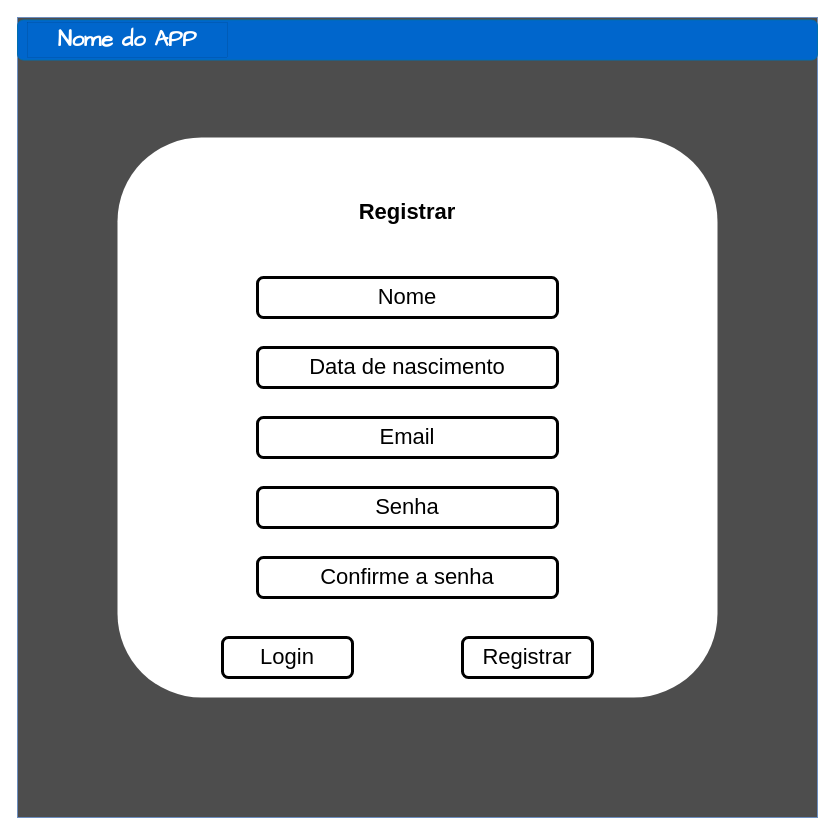
Before: page "registration_page" (2 of 3) of projeto ferias.drawio in richlpn/sistema-gerenciador-insumos, a draw.io diagram. Source tidied: cells renumbered, new cells numbered last; positions are measured from the earlier drawing's top-left corner, leaving out a move shared by most shapes. Both pictures are drawn from the tidied source at 100%, with x=0, y=0 at pixel (17, 17).
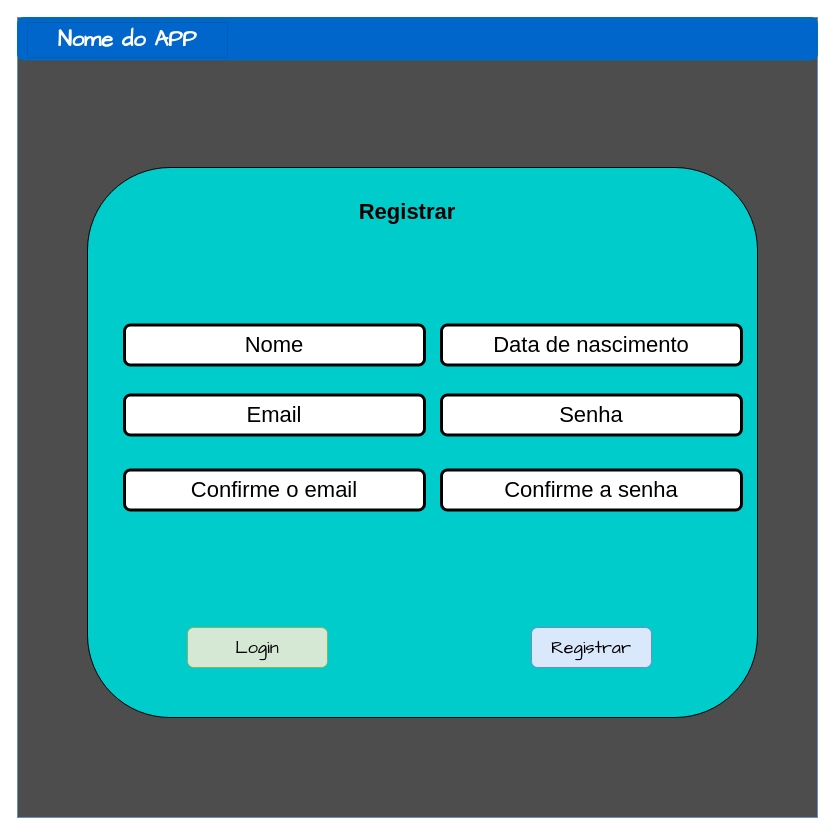
The same diagram, later.

Commit message (it also covers changes not shown here):
atualização cores tela login e registro

Diff of the diagram source:
```diff
@@
 <mxGraphModel>
   <root>
     <mxCell id="0" />
     <mxCell id="1" parent="0" />
+    <mxCell id="4" style="whiteSpace=wrap;html=1;fillColor=#4D4D4D;strokeColor=#6c8ebf;rounded=0;glass=0;gradientColor=none;gradientDirection=west;" parent="1" vertex="1">
+      <mxGeometry width="800" height="800" as="geometry" />
+    </mxCell>
+    <mxCell id="16" style="rounded=1;whiteSpace=wrap;html=1;glass=0;fillColor=#00CCCC;" parent="1" vertex="1">
+      <mxGeometry x="70" y="150" width="670" height="550" as="geometry" />
+    </mxCell>
     <mxCell id="2" style="rounded=1;whiteSpace=wrap;html=1;glass=0;fillColor=#0066CC;strokeColor=#006EAF;fontColor=#ffffff;gradientColor=none;gradientDirection=south;fontSize=22;" parent="1" vertex="1">
       <mxGeometry width="800" height="40" as="geometry" />
     </mxCell>
     <mxCell id="3" value="Nome do APP" style="rounded=0;html=1;labelBackgroundColor=none;labelBorderColor=none;fontFamily=Comic Sans MS;fontSize=22;fillColor=none;fontColor=#FFFFFF;shadow=0;sketch=0;glass=0;whiteSpace=wrap;strokeWidth=0;fontStyle=1;" parent="1" vertex="1">
       <mxGeometry x="10" y="2.5" width="200" height="35" as="geometry" />
     </mxCell>
-    <mxCell id="4" style="whiteSpace=wrap;html=1;fillColor=#4D4D4D;strokeColor=#6c8ebf;rounded=0;glass=0;gradientColor=none;gradientDirection=west;" parent="1" vertex="1">
-      <mxGeometry width="800" height="800" as="geometry" />
-    </mxCell>
-    <mxCell id="5" style="rounded=1;whiteSpace=wrap;html=1;fontSize=22;fontColor=#FFFFFF;fillColor=default;gradientColor=none;strokeColor=none;" parent="1" vertex="1">
-      <mxGeometry x="100" y="120" width="600" height="560" as="geometry" />
-    </mxCell>
+    <mxCell id="14" style="rounded=1;whiteSpace=wrap;html=1;glass=0;fillColor=#0066CC;strokeColor=#006EAF;fontColor=#ffffff;gradientColor=none;gradientDirection=south;labelBorderColor=none;fontSize=22;" parent="1" vertex="1">
+      <mxGeometry y="2.5" width="800" height="40" as="geometry" />
+    </mxCell>
+    <mxCell id="15" value="Nome do APP" style="rounded=0;html=1;labelBackgroundColor=none;labelBorderColor=none;fontFamily=Comic Sans MS;fontSize=22;fillColor=none;fontColor=#FFFFFF;shadow=0;sketch=0;glass=0;whiteSpace=wrap;strokeWidth=0;fontStyle=1;" parent="1" vertex="1">
+      <mxGeometry x="10" y="5" width="200" height="35" as="geometry" />
+    </mxCell>
     <mxCell id="6" value="Registrar" style="text;html=1;strokeColor=none;fillColor=none;align=center;verticalAlign=middle;whiteSpace=wrap;rounded=0;fontSize=22;fontColor=#000000;fontStyle=1;" parent="1" vertex="1">
       <mxGeometry x="335" y="180" width="110" height="30" as="geometry" />
     </mxCell>
     <mxCell id="7" value="Nome" style="rounded=1;whiteSpace=wrap;html=1;fontSize=22;fontColor=#000000;strokeColor=#000000;fillColor=default;gradientColor=none;labelBorderColor=none;strokeWidth=3;" parent="1" vertex="1">
-      <mxGeometry x="240" y="260" width="300" height="40" as="geometry" />
+      <mxGeometry x="107" y="307.5" width="300" height="40" as="geometry" />
     </mxCell>
     <mxCell id="8" value="Data de nascimento" style="rounded=1;whiteSpace=wrap;html=1;fontSize=22;fontColor=#000000;strokeColor=#000000;fillColor=default;gradientColor=none;labelBorderColor=none;strokeWidth=3;" parent="1" vertex="1">
-      <mxGeometry x="240" y="330" width="300" height="40" as="geometry" />
+      <mxGeometry x="424" y="307.5" width="300" height="40" as="geometry" />
     </mxCell>
     <mxCell id="9" value="Senha" style="rounded=1;whiteSpace=wrap;html=1;fontSize=22;fontColor=#000000;strokeColor=#000000;fillColor=default;gradientColor=none;labelBorderColor=none;strokeWidth=3;" parent="1" vertex="1">
-      <mxGeometry x="240" y="470" width="300" height="40" as="geometry" />
+      <mxGeometry x="424" y="377.5" width="300" height="40" as="geometry" />
     </mxCell>
     <mxCell id="10" value="Confirme a senha" style="rounded=1;whiteSpace=wrap;html=1;fontSize=22;fontColor=#000000;strokeColor=#000000;fillColor=default;gradientColor=none;labelBorderColor=none;strokeWidth=3;" parent="1" vertex="1">
-      <mxGeometry x="240" y="540" width="300" height="40" as="geometry" />
+      <mxGeometry x="424" y="452.5" width="300" height="40" as="geometry" />
     </mxCell>
     <mxCell id="11" value="Email" style="rounded=1;whiteSpace=wrap;html=1;fontSize=22;fontColor=#000000;strokeColor=#000000;fillColor=default;gradientColor=none;labelBorderColor=none;strokeWidth=3;" parent="1" vertex="1">
-      <mxGeometry x="240" y="400" width="300" height="40" as="geometry" />
+      <mxGeometry x="107" y="377.5" width="300" height="40" as="geometry" />
     </mxCell>
-    <mxCell id="12" value="&lt;div&gt;Login&lt;/div&gt;" style="rounded=1;whiteSpace=wrap;html=1;labelBorderColor=none;fontSize=22;fontColor=#000000;strokeColor=#000000;strokeWidth=3;fillColor=default;gradientColor=none;" parent="1" vertex="1">
-      <mxGeometry x="205" y="620" width="130" height="40" as="geometry" />
+    <mxCell id="12" value="Login" style="rounded=1;whiteSpace=wrap;html=1;fontFamily=Comic Sans MS;fontSize=18;fillColor=#d5e8d4;strokeColor=#82b366;" parent="1" vertex="1">
+      <mxGeometry x="170" y="610" width="140" height="40" as="geometry" />
     </mxCell>
-    <mxCell id="13" value="Registrar" style="rounded=1;whiteSpace=wrap;html=1;labelBorderColor=none;fontSize=22;fontColor=#000000;strokeColor=#000000;strokeWidth=3;fillColor=default;gradientColor=none;" parent="1" vertex="1">
-      <mxGeometry x="445" y="620" width="130" height="40" as="geometry" />
+    <mxCell id="13" value="Registrar" style="rounded=1;whiteSpace=wrap;html=1;fontFamily=Comic Sans MS;fontSize=18;fillColor=#dae8fc;strokeColor=#6c8ebf;" parent="1" vertex="1">
+      <mxGeometry x="514" y="610" width="120" height="40" as="geometry" />
     </mxCell>
-    <mxCell id="14" style="rounded=1;whiteSpace=wrap;html=1;glass=0;fillColor=#0066CC;strokeColor=#006EAF;fontColor=#ffffff;gradientColor=none;gradientDirection=south;labelBorderColor=none;fontSize=22;" parent="1" vertex="1">
-      <mxGeometry y="2.5" width="800" height="40" as="geometry" />
-    </mxCell>
-    <mxCell id="15" value="Nome do APP" style="rounded=0;html=1;labelBackgroundColor=none;labelBorderColor=none;fontFamily=Comic Sans MS;fontSize=22;fillColor=none;fontColor=#FFFFFF;shadow=0;sketch=0;glass=0;whiteSpace=wrap;strokeWidth=0;fontStyle=1;" parent="1" vertex="1">
-      <mxGeometry x="10" y="5" width="200" height="35" as="geometry" />
-    </mxCell>
+    <mxCell id="17" value="Confirme o email" style="rounded=1;whiteSpace=wrap;html=1;fontSize=22;fontColor=#000000;strokeColor=#000000;fillColor=default;gradientColor=none;labelBorderColor=none;strokeWidth=3;" parent="1" vertex="1">
+      <mxGeometry x="107" y="452.5" width="300" height="40" as="geometry" />
+    </mxCell>
   </root>
 </mxGraphModel>
```
